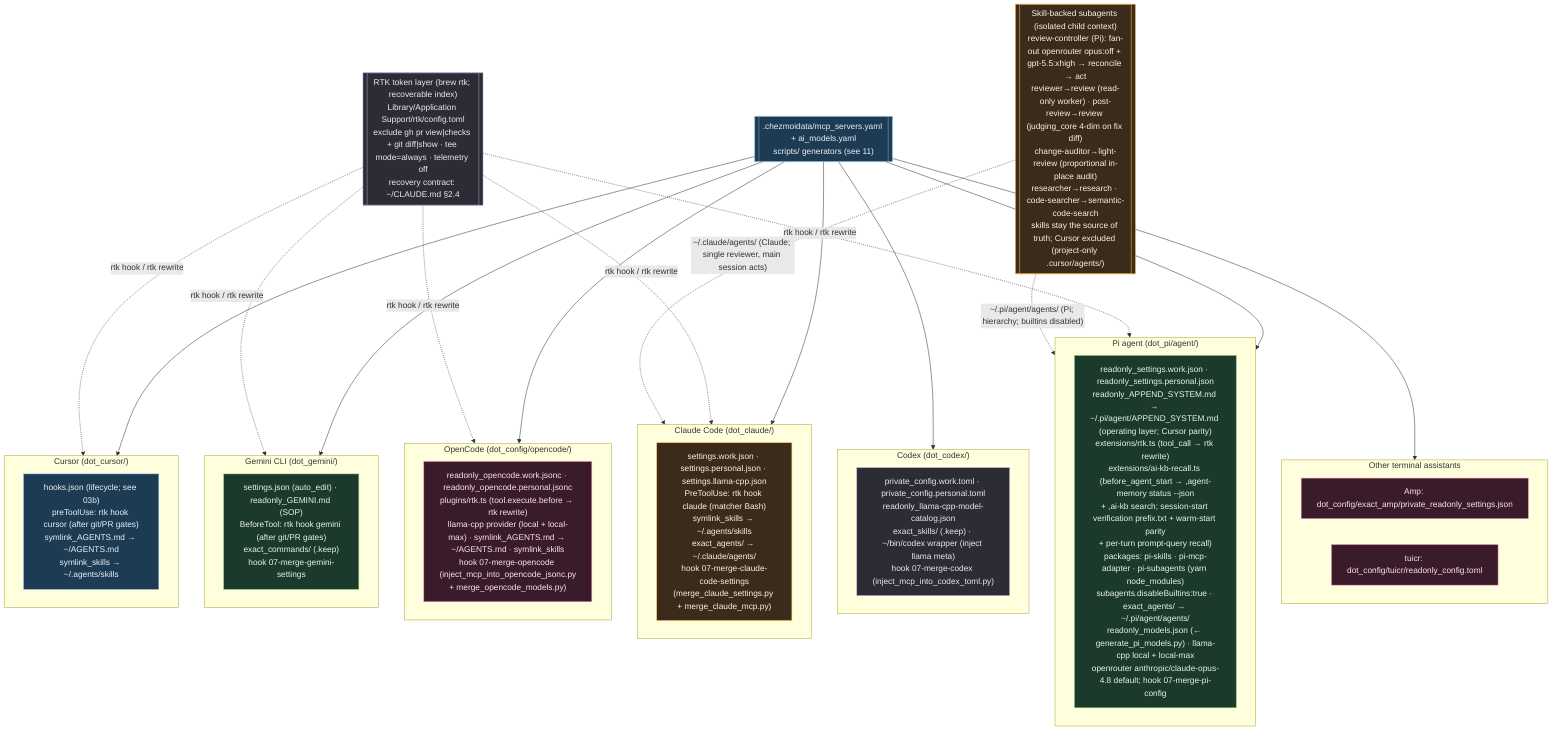
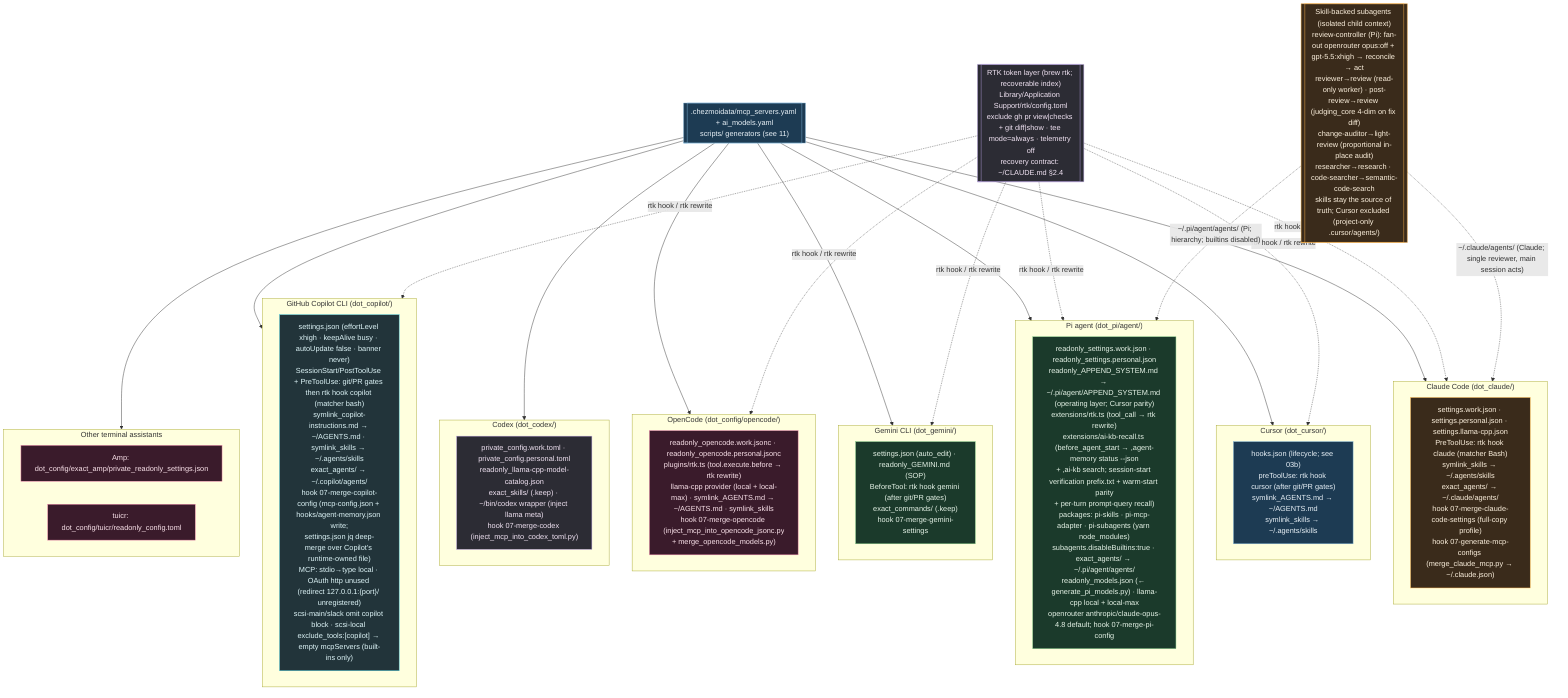
%% ============================================================================
%% 12-ai-tool-configs.mmd — Every per-tool AI config file in home/.
%% Pattern: source carries .work + .personal variants; a 07-merge-* hook picks
%% by isWork and merges generated MCP/model blocks into the live config.
%% ============================================================================
flowchart TB
    classDef cursor fill:#1d3b53,stroke:#7fb3d5,color:#eaf2f8;
    classDef claude fill:#3a2b1b,stroke:#ffb74d,color:#fff3e0;
    classDef codex fill:#2c2c34,stroke:#b39ddb,color:#f3e5f5;
    classDef gem fill:#1b3a2b,stroke:#81c784,color:#e8f5e9;
    classDef oc fill:#3a1b2b,stroke:#f48fb1,color:#fce4ec;
+     classDef cop fill:#22343a,stroke:#4dd0e1,color:#e0f7fa;

    subgraph CURSOR["Cursor (dot_cursor/)"]
        CU["hooks.json (lifecycle; see 03b)<br/>preToolUse: rtk hook cursor (after git/PR gates)<br/>symlink_AGENTS.md → ~/AGENTS.md<br/>symlink_skills → ~/.agents/skills"]:::cursor
    end

    subgraph CLAUDE["Claude Code (dot_claude/)"]
-         CLD["settings.work.json · settings.personal.json · settings.llama-cpp.json<br/>PreToolUse: rtk hook claude (matcher Bash)<br/>symlink_skills → ~/.agents/skills<br/>exact_agents/ → ~/.claude/agents/<br/>hook 07-merge-claude-code-settings<br/>(merge_claude_settings.py + merge_claude_mcp.py)"]:::claude
+         CLD["settings.work.json · settings.personal.json · settings.llama-cpp.json<br/>PreToolUse: rtk hook claude (matcher Bash)<br/>symlink_skills → ~/.agents/skills<br/>exact_agents/ → ~/.claude/agents/<br/>hook 07-merge-claude-code-settings (full-copy profile)<br/>hook 07-generate-mcp-configs (merge_claude_mcp.py → ~/.claude.json)"]:::claude
    end

    subgraph CODEX["Codex (dot_codex/)"]
        CDX["private_config.work.toml · private_config.personal.toml<br/>readonly_llama-cpp-model-catalog.json<br/>exact_skills/ (.keep) · ~/bin/codex wrapper (inject llama meta)<br/>hook 07-merge-codex (inject_mcp_into_codex_toml.py)"]:::codex
    end

    subgraph GEMINI["Gemini CLI (dot_gemini/)"]
        GMN["settings.json (auto_edit) · readonly_GEMINI.md (SOP)<br/>BeforeTool: rtk hook gemini (after git/PR gates)<br/>exact_commands/ (.keep)<br/>hook 07-merge-gemini-settings"]:::gem
    end

    subgraph OPENCODE["OpenCode (dot_config/opencode/)"]
        OPC["readonly_opencode.work.jsonc · readonly_opencode.personal.jsonc<br/>plugins/rtk.ts (tool.execute.before → rtk rewrite)<br/>llama-cpp provider (local + local-max) · symlink_AGENTS.md → ~/AGENTS.md · symlink_skills<br/>hook 07-merge-opencode (inject_mcp_into_opencode_jsonc.py<br/>+ merge_opencode_models.py)"]:::oc
    end

    subgraph PI["Pi agent (dot_pi/agent/)"]
        PIA["readonly_settings.work.json · readonly_settings.personal.json<br/>readonly_APPEND_SYSTEM.md → ~/.pi/agent/APPEND_SYSTEM.md (operating layer; Cursor parity)<br/>extensions/rtk.ts (tool_call → rtk rewrite)<br/>extensions/ai-kb-recall.ts (before_agent_start → ,agent-memory status --json<br/>+ ,ai-kb search; session-start verification prefix.txt + warm-start parity<br/>+ per-turn prompt-query recall)<br/>packages: pi-skills · pi-mcp-adapter · pi-subagents (yarn node_modules)<br/>subagents.disableBuiltins:true · exact_agents/ → ~/.pi/agent/agents/<br/>readonly_models.json (← generate_pi_models.py) · llama-cpp local + local-max<br/>openrouter anthropic/claude-opus-4.8 default; hook 07-merge-pi-config"]:::gem
    end

+     subgraph COPILOT["GitHub Copilot CLI (dot_copilot/)"]
+         COP["settings.json (effortLevel xhigh · keepAlive busy · autoUpdate false · banner never)<br/>SessionStart/PostToolUse + PreToolUse: git/PR gates then rtk hook copilot (matcher bash)<br/>symlink_copilot-instructions.md → ~/AGENTS.md · symlink_skills → ~/.agents/skills<br/>exact_agents/ → ~/.copilot/agents/<br/>hook 07-merge-copilot-config (mcp-config.json + hooks/agent-memory.json write;<br/>settings.json jq deep-merge over Copilot's runtime-owned file)<br/>MCP: stdio→type local · OAuth http unused (redirect 127.0.0.1:{port}/ unregistered)<br/>scsi-main/slack omit copilot block · scsi-local exclude_tools:[copilot] → empty mcpServers (built-ins only)"]:::cop
+     end
+ 
    subgraph OTHER["Other terminal assistants"]
        AMP["Amp: dot_config/exact_amp/private_readonly_settings.json"]:::oc
        TUI["tuicr: dot_config/tuicr/readonly_config.toml"]:::oc
    end

    REG[[".chezmoidata/mcp_servers.yaml + ai_models.yaml<br/>scripts/ generators (see 11)"]]:::cursor
-     REG --> CURSOR & CLAUDE & CODEX & GEMINI & OPENCODE & PI & OTHER
+     REG --> CURSOR & CLAUDE & CODEX & GEMINI & OPENCODE & PI & COPILOT & OTHER

    RTK[["RTK token layer (brew rtk; recoverable index)<br/>Library/Application Support/rtk/config.toml<br/>exclude gh pr view|checks + git diff|show · tee mode=always · telemetry off<br/>recovery contract: ~/CLAUDE.md §2.4"]]:::codex
-     RTK -.->|"rtk hook / rtk rewrite"| CURSOR & CLAUDE & GEMINI & OPENCODE & PI
+     RTK -.->|"rtk hook / rtk rewrite"| CURSOR & CLAUDE & GEMINI & OPENCODE & PI & COPILOT

    SUBA[["Skill-backed subagents (isolated child context)<br/>review-controller (Pi): fan-out openrouter opus:off + gpt-5.5:xhigh → reconcile → act<br/>reviewer→review (read-only worker) · post-review→review (judging_core 4-dim on fix diff)<br/>change-auditor→light-review (proportional in-place audit)<br/>researcher→research · code-searcher→semantic-code-search<br/>skills stay the source of truth; Cursor excluded (project-only .cursor/agents/)"]]:::claude
    SUBA -.->|"~/.claude/agents/ (Claude; single reviewer, main session acts)"| CLAUDE
    SUBA -.->|"~/.pi/agent/agents/ (Pi; hierarchy; builtins disabled)"| PI
